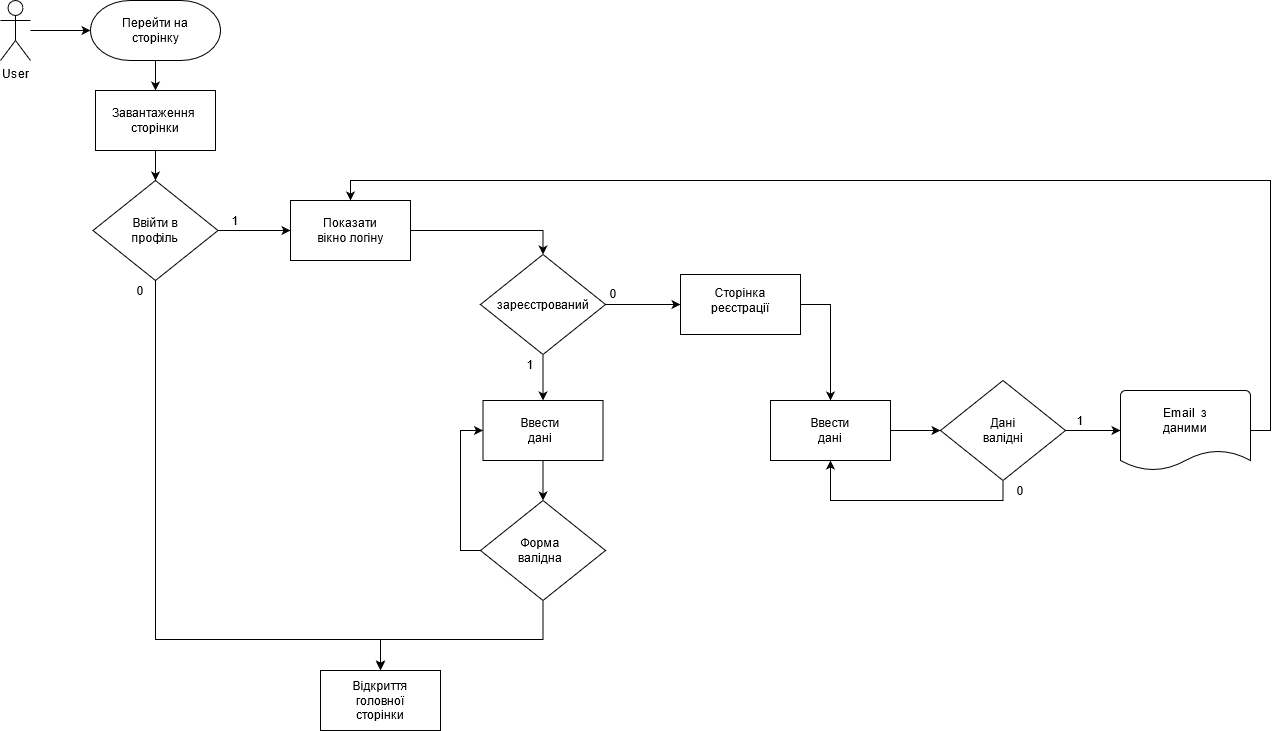
The draw.io diagram img/login-register.png in JuliaBorovets/meeting-project-docs, before a commit. Source tidied: cells renumbered, new cells last; positions are measured from the earlier drawing's top-left corner, leaving out a move shared by most shapes. Its diagram source:
```xml
<mxGraphModel>
  <root>
    <mxCell id="0" />
    <mxCell id="1" parent="0" />
    <mxCell id="2" style="edgeStyle=orthogonalEdgeStyle;rounded=0;jettySize=auto;html=1;entryX=0;entryY=0.5;entryDx=0;entryDy=0;entryPerimeter=0;" parent="1" edge="1" source="3" target="5">
      <mxGeometry relative="1" as="geometry" />
    </mxCell>
    <mxCell id="3" value="User" style="shape=umlActor;verticalLabelPosition=bottom;verticalAlign=top;html=1;outlineConnect=0;" parent="1" vertex="1">
      <mxGeometry width="30" height="60" as="geometry" />
    </mxCell>
    <mxCell id="4" style="edgeStyle=orthogonalEdgeStyle;rounded=0;jettySize=auto;html=1;entryX=0.5;entryY=0;entryDx=0;entryDy=0;" parent="1" edge="1" source="5" target="8">
      <mxGeometry relative="1" as="geometry" />
    </mxCell>
    <mxCell id="5" style="strokeWidth=1;html=1;shape=mxgraph.flowchart.terminator;whiteSpace=wrap;rounded=1;sketch=0;" parent="1" vertex="1">
      <mxGeometry x="90" width="130" height="60" as="geometry" />
    </mxCell>
    <mxCell id="6" value="Перейти на сторінку" style="text;html=1;strokeColor=none;fillColor=none;align=center;verticalAlign=middle;whiteSpace=wrap;rounded=0;sketch=0;" parent="1" vertex="1">
      <mxGeometry x="105" y="20" width="100" height="20" as="geometry" />
    </mxCell>
    <mxCell id="7" style="edgeStyle=orthogonalEdgeStyle;rounded=0;jettySize=auto;html=1;entryX=0.5;entryY=0;entryDx=0;entryDy=0;entryPerimeter=0;" parent="1" edge="1" source="8" target="12">
      <mxGeometry relative="1" as="geometry" />
    </mxCell>
    <mxCell id="8" style="rounded=0;whiteSpace=wrap;html=1;sketch=0;" parent="1" vertex="1">
      <mxGeometry x="95" y="90" width="120" height="60" as="geometry" />
    </mxCell>
    <mxCell id="9" value="Завантаження&amp;nbsp; сторінки" style="text;html=1;strokeColor=none;fillColor=none;align=center;verticalAlign=middle;whiteSpace=wrap;rounded=0;sketch=0;" parent="1" vertex="1">
      <mxGeometry x="135" y="110" width="40" height="20" as="geometry" />
    </mxCell>
    <mxCell id="10" style="edgeStyle=orthogonalEdgeStyle;rounded=0;jettySize=auto;html=1;entryX=0;entryY=0.5;entryDx=0;entryDy=0;" parent="1" edge="1" source="12" target="17">
      <mxGeometry relative="1" as="geometry" />
    </mxCell>
    <mxCell id="11" style="edgeStyle=orthogonalEdgeStyle;rounded=0;orthogonalLoop=1;jettySize=auto;html=1;exitX=0.5;exitY=1;exitDx=0;exitDy=0;exitPerimeter=0;" parent="1" edge="1">
      <mxGeometry relative="1" as="geometry">
        <mxPoint x="155" y="279" as="sourcePoint" />
        <mxPoint x="380" y="669" as="targetPoint" />
        <Array as="points">
          <mxPoint x="155" y="639" />
          <mxPoint x="380" y="639" />
        </Array>
      </mxGeometry>
    </mxCell>
    <mxCell id="12" style="strokeWidth=1;html=1;shape=mxgraph.flowchart.decision;whiteSpace=wrap;rounded=1;sketch=0;" parent="1" vertex="1">
      <mxGeometry x="92.5" y="180" width="125" height="100" as="geometry" />
    </mxCell>
    <mxCell id="13" value="Ввійти в профіль" style="text;html=1;strokeColor=none;fillColor=none;align=center;verticalAlign=middle;whiteSpace=wrap;rounded=0;sketch=0;" parent="1" vertex="1">
      <mxGeometry x="135" y="220" width="40" height="20" as="geometry" />
    </mxCell>
    <mxCell id="14" style="rounded=0;whiteSpace=wrap;html=1;sketch=0;strokeWidth=1;" parent="1" vertex="1">
      <mxGeometry x="320" y="670" width="120" height="60" as="geometry" />
    </mxCell>
    <mxCell id="15" value="Відкриття головної сторінки" style="text;html=1;strokeColor=none;fillColor=none;align=center;verticalAlign=middle;whiteSpace=wrap;rounded=0;sketch=0;" parent="1" vertex="1">
      <mxGeometry x="360" y="690" width="40" height="20" as="geometry" />
    </mxCell>
    <mxCell id="16" style="edgeStyle=orthogonalEdgeStyle;rounded=0;jettySize=auto;html=1;entryX=0.5;entryY=0;entryDx=0;entryDy=0;entryPerimeter=0;" parent="1" edge="1" source="17" target="21">
      <mxGeometry relative="1" as="geometry" />
    </mxCell>
    <mxCell id="17" style="rounded=0;whiteSpace=wrap;html=1;sketch=0;strokeWidth=1;" parent="1" vertex="1">
      <mxGeometry x="290" y="200" width="120" height="60" as="geometry" />
    </mxCell>
    <mxCell id="18" value="Показати вікно логіну" style="text;html=1;strokeColor=none;fillColor=none;align=center;verticalAlign=middle;whiteSpace=wrap;rounded=0;sketch=0;" parent="1" vertex="1">
      <mxGeometry x="315" y="220" width="70" height="20" as="geometry" />
    </mxCell>
    <mxCell id="19" style="edgeStyle=orthogonalEdgeStyle;rounded=0;jettySize=auto;html=1;entryX=0.5;entryY=0;entryDx=0;entryDy=0;" parent="1" edge="1" source="21" target="24">
      <mxGeometry relative="1" as="geometry" />
    </mxCell>
    <mxCell id="20" style="edgeStyle=orthogonalEdgeStyle;rounded=0;jettySize=auto;html=1;exitX=1;exitY=0.5;exitDx=0;exitDy=0;exitPerimeter=0;entryX=0;entryY=0.5;entryDx=0;entryDy=0;" parent="1" edge="1" source="21" target="31">
      <mxGeometry relative="1" as="geometry" />
    </mxCell>
    <mxCell id="21" style="strokeWidth=1;html=1;shape=mxgraph.flowchart.decision;whiteSpace=wrap;rounded=1;sketch=0;" parent="1" vertex="1">
      <mxGeometry x="480" y="254" width="125" height="100" as="geometry" />
    </mxCell>
    <mxCell id="22" value="зареєстрований" style="text;html=1;strokeColor=none;fillColor=none;align=center;verticalAlign=middle;whiteSpace=wrap;rounded=0;sketch=0;" parent="1" vertex="1">
      <mxGeometry x="522.5" y="294" width="40" height="20" as="geometry" />
    </mxCell>
    <mxCell id="23" style="edgeStyle=orthogonalEdgeStyle;rounded=0;jettySize=auto;html=1;entryX=0.5;entryY=0;entryDx=0;entryDy=0;entryPerimeter=0;" parent="1" edge="1" source="24" target="28">
      <mxGeometry relative="1" as="geometry" />
    </mxCell>
    <mxCell id="24" style="rounded=0;whiteSpace=wrap;html=1;sketch=0;strokeWidth=1;" parent="1" vertex="1">
      <mxGeometry x="482.5" y="400" width="120" height="60" as="geometry" />
    </mxCell>
    <mxCell id="25" value="Ввести дані" style="text;html=1;strokeColor=none;fillColor=none;align=center;verticalAlign=middle;whiteSpace=wrap;rounded=0;sketch=0;" parent="1" vertex="1">
      <mxGeometry x="520" y="420" width="40" height="20" as="geometry" />
    </mxCell>
    <mxCell id="26" style="edgeStyle=orthogonalEdgeStyle;rounded=0;jettySize=auto;html=1;exitX=0;exitY=0.5;exitDx=0;exitDy=0;exitPerimeter=0;entryX=0;entryY=0.5;entryDx=0;entryDy=0;" parent="1" edge="1" source="28" target="24">
      <mxGeometry relative="1" as="geometry" />
    </mxCell>
    <mxCell id="27" style="edgeStyle=orthogonalEdgeStyle;rounded=0;jettySize=auto;html=1;exitX=0.5;exitY=1;exitDx=0;exitDy=0;exitPerimeter=0;" parent="1" edge="1" source="28">
      <mxGeometry relative="1" as="geometry">
        <mxPoint x="380" y="670" as="targetPoint" />
        <Array as="points">
          <mxPoint x="543" y="639" />
          <mxPoint x="380" y="639" />
        </Array>
      </mxGeometry>
    </mxCell>
    <mxCell id="28" style="strokeWidth=1;html=1;shape=mxgraph.flowchart.decision;whiteSpace=wrap;rounded=1;sketch=0;" parent="1" vertex="1">
      <mxGeometry x="480" y="500" width="125" height="100" as="geometry" />
    </mxCell>
    <mxCell id="29" value="Форма валідна" style="text;html=1;strokeColor=none;fillColor=none;align=center;verticalAlign=middle;whiteSpace=wrap;rounded=0;sketch=0;" parent="1" vertex="1">
      <mxGeometry x="505" y="540" width="70" height="20" as="geometry" />
    </mxCell>
    <mxCell id="30" style="edgeStyle=orthogonalEdgeStyle;rounded=0;jettySize=auto;html=1;exitX=1;exitY=0.5;exitDx=0;exitDy=0;" parent="1" edge="1" source="31" target="34">
      <mxGeometry relative="1" as="geometry" />
    </mxCell>
    <mxCell id="31" style="rounded=0;whiteSpace=wrap;html=1;sketch=0;strokeWidth=1;" parent="1" vertex="1">
      <mxGeometry x="680" y="274" width="120" height="60" as="geometry" />
    </mxCell>
    <mxCell id="32" value="Сторінка реєстрації" style="text;html=1;strokeColor=none;fillColor=none;align=center;verticalAlign=middle;whiteSpace=wrap;rounded=0;sketch=0;" parent="1" vertex="1">
      <mxGeometry x="720" y="290" width="40" height="20" as="geometry" />
    </mxCell>
    <mxCell id="33" style="edgeStyle=orthogonalEdgeStyle;rounded=0;jettySize=auto;html=1;exitX=1;exitY=0.5;exitDx=0;exitDy=0;" parent="1" edge="1" source="34" target="38">
      <mxGeometry relative="1" as="geometry" />
    </mxCell>
    <mxCell id="34" style="rounded=0;whiteSpace=wrap;html=1;sketch=0;strokeWidth=1;" parent="1" vertex="1">
      <mxGeometry x="770" y="400" width="120" height="60" as="geometry" />
    </mxCell>
    <mxCell id="35" value="Ввести дані" style="text;html=1;strokeColor=none;fillColor=none;align=center;verticalAlign=middle;whiteSpace=wrap;rounded=0;sketch=0;" parent="1" vertex="1">
      <mxGeometry x="810" y="420" width="40" height="20" as="geometry" />
    </mxCell>
    <mxCell id="36" style="edgeStyle=orthogonalEdgeStyle;rounded=0;jettySize=auto;html=1;exitX=0.5;exitY=1;exitDx=0;exitDy=0;exitPerimeter=0;entryX=0.5;entryY=1;entryDx=0;entryDy=0;" parent="1" edge="1" source="38" target="34">
      <mxGeometry relative="1" as="geometry" />
    </mxCell>
    <mxCell id="37" style="edgeStyle=orthogonalEdgeStyle;rounded=0;jettySize=auto;html=1;exitX=1;exitY=0.5;exitDx=0;exitDy=0;exitPerimeter=0;" parent="1" edge="1" source="38" target="41">
      <mxGeometry relative="1" as="geometry" />
    </mxCell>
    <mxCell id="38" style="strokeWidth=1;html=1;shape=mxgraph.flowchart.decision;whiteSpace=wrap;rounded=1;sketch=0;" parent="1" vertex="1">
      <mxGeometry x="940" y="380" width="125" height="100" as="geometry" />
    </mxCell>
    <mxCell id="39" value="Дані валідні" style="text;html=1;strokeColor=none;fillColor=none;align=center;verticalAlign=middle;whiteSpace=wrap;rounded=0;sketch=0;" parent="1" vertex="1">
      <mxGeometry x="982.5" y="420" width="40" height="20" as="geometry" />
    </mxCell>
    <mxCell id="40" style="edgeStyle=orthogonalEdgeStyle;rounded=0;jettySize=auto;html=1;exitX=1;exitY=0.5;exitDx=0;exitDy=0;exitPerimeter=0;entryX=0.5;entryY=0;entryDx=0;entryDy=0;" parent="1" edge="1" source="41" target="17">
      <mxGeometry relative="1" as="geometry" />
    </mxCell>
    <mxCell id="41" style="strokeWidth=1;html=1;shape=mxgraph.flowchart.document2;whiteSpace=wrap;size=0.25;rounded=1;sketch=0;" parent="1" vertex="1">
      <mxGeometry x="1120" y="390" width="130" height="80" as="geometry" />
    </mxCell>
    <mxCell id="42" value="Email&amp;nbsp; з даними" style="text;html=1;strokeColor=none;fillColor=none;align=center;verticalAlign=middle;whiteSpace=wrap;rounded=0;sketch=0;" parent="1" vertex="1">
      <mxGeometry x="1165" y="410" width="40" height="20" as="geometry" />
    </mxCell>
    <mxCell id="43" value="0" style="text;html=1;strokeColor=none;fillColor=none;align=center;verticalAlign=middle;whiteSpace=wrap;rounded=0;sketch=0;" parent="1" vertex="1">
      <mxGeometry x="120" y="280" width="40" height="20" as="geometry" />
    </mxCell>
    <mxCell id="44" value="1" style="text;html=1;strokeColor=none;fillColor=none;align=center;verticalAlign=middle;whiteSpace=wrap;rounded=0;sketch=0;" parent="1" vertex="1">
      <mxGeometry x="215" y="210" width="40" height="20" as="geometry" />
    </mxCell>
    <mxCell id="45" value="1" style="text;html=1;strokeColor=none;fillColor=none;align=center;verticalAlign=middle;whiteSpace=wrap;rounded=0;sketch=0;" parent="1" vertex="1">
      <mxGeometry x="510" y="354" width="40" height="20" as="geometry" />
    </mxCell>
    <mxCell id="46" value="0" style="text;html=1;strokeColor=none;fillColor=none;align=center;verticalAlign=middle;whiteSpace=wrap;rounded=0;sketch=0;" parent="1" vertex="1">
      <mxGeometry x="593" y="283" width="40" height="20" as="geometry" />
    </mxCell>
    <mxCell id="47" value="0" style="text;html=1;strokeColor=none;fillColor=none;align=center;verticalAlign=middle;whiteSpace=wrap;rounded=0;sketch=0;" parent="1" vertex="1">
      <mxGeometry x="1000" y="480" width="40" height="20" as="geometry" />
    </mxCell>
    <mxCell id="48" value="1" style="text;html=1;strokeColor=none;fillColor=none;align=center;verticalAlign=middle;whiteSpace=wrap;rounded=0;sketch=0;" parent="1" vertex="1">
      <mxGeometry x="1060" y="410" width="40" height="20" as="geometry" />
    </mxCell>
  </root>
</mxGraphModel>
```
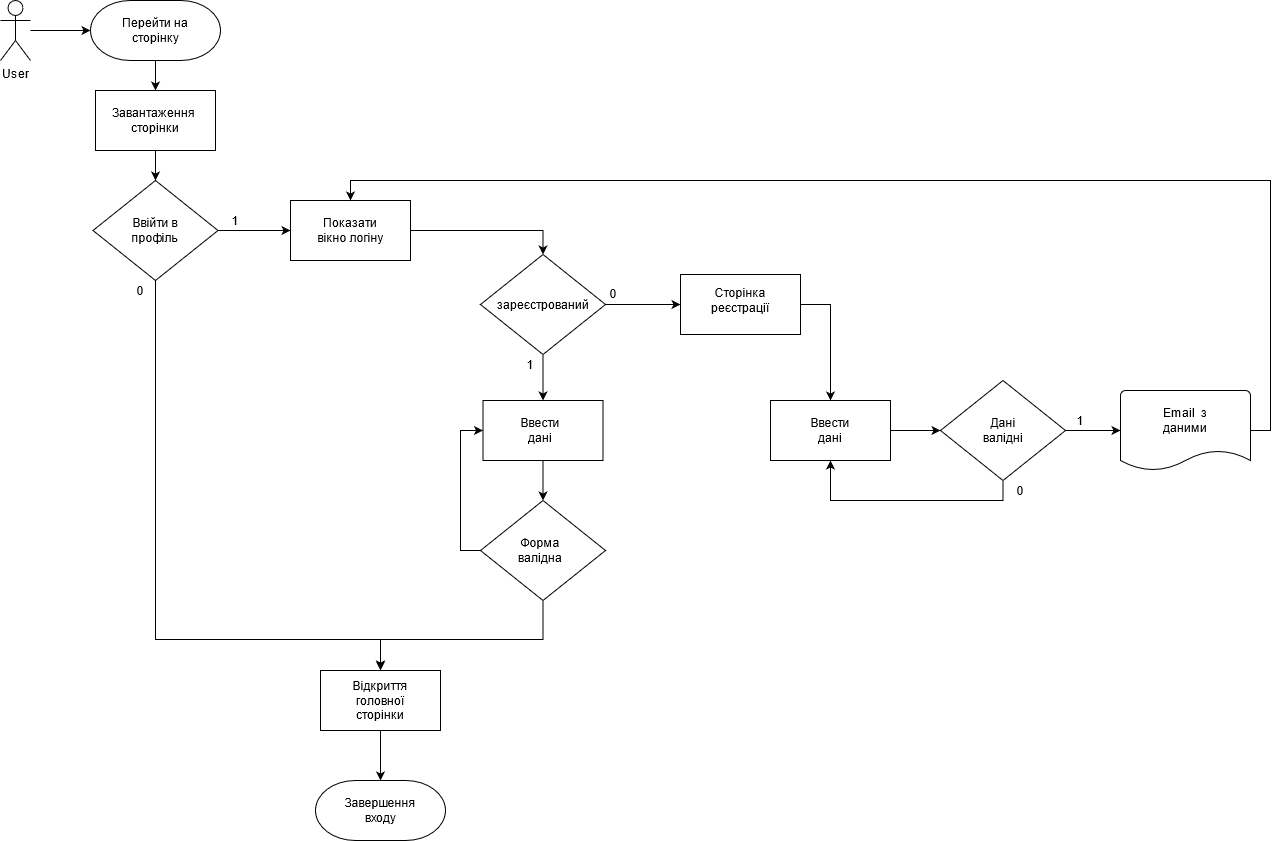
After the change.

Commit message:
add create organisation diagram

Diff of the diagram source:
```diff
@@ -45,6 +45,9 @@
     <mxCell id="13" value="Ввійти в профіль" style="text;html=1;strokeColor=none;fillColor=none;align=center;verticalAlign=middle;whiteSpace=wrap;rounded=0;sketch=0;" parent="1" vertex="1">
       <mxGeometry x="135" y="220" width="40" height="20" as="geometry" />
     </mxCell>
+    <mxCell id="49" style="edgeStyle=orthogonalEdgeStyle;rounded=0;jettySize=auto;html=1;entryX=0.5;entryY=0;entryDx=0;entryDy=0;entryPerimeter=0;" parent="1" edge="1" source="14" target="50">
+      <mxGeometry relative="1" as="geometry" />
+    </mxCell>
     <mxCell id="14" style="rounded=0;whiteSpace=wrap;html=1;sketch=0;strokeWidth=1;" parent="1" vertex="1">
       <mxGeometry x="320" y="670" width="120" height="60" as="geometry" />
     </mxCell>
@@ -156,5 +159,11 @@
     <mxCell id="48" value="1" style="text;html=1;strokeColor=none;fillColor=none;align=center;verticalAlign=middle;whiteSpace=wrap;rounded=0;sketch=0;" parent="1" vertex="1">
       <mxGeometry x="1060" y="410" width="40" height="20" as="geometry" />
     </mxCell>
+    <mxCell id="50" style="strokeWidth=1;html=1;shape=mxgraph.flowchart.terminator;whiteSpace=wrap;rounded=1;sketch=0;" parent="1" vertex="1">
+      <mxGeometry x="315" y="780" width="130" height="60" as="geometry" />
+    </mxCell>
+    <mxCell id="51" value="Завершення входу" style="text;html=1;strokeColor=none;fillColor=none;align=center;verticalAlign=middle;whiteSpace=wrap;rounded=0;sketch=0;" parent="1" vertex="1">
+      <mxGeometry x="360" y="800" width="40" height="20" as="geometry" />
+    </mxCell>
   </root>
 </mxGraphModel>
```
